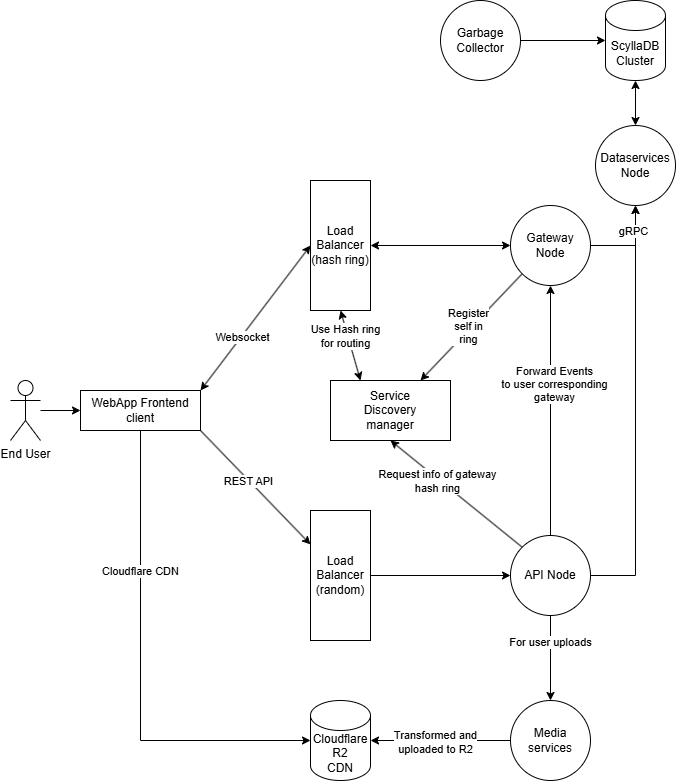
Before: z_docs/architecture2.drawio.png, a diagram exported from draw.io (aaix/fyp). Source tidied: cells renumbered, new cells last; positions are measured from the earlier drawing's top-left corner, leaving out a move shared by most shapes. The source it was exported from:
```xml
<mxGraphModel>
  <root>
    <mxCell id="0" />
    <mxCell id="1" parent="0" />
    <mxCell id="2" style="edgeStyle=orthogonalEdgeStyle;rounded=0;jettySize=auto;html=1;" parent="1" edge="1" source="3" target="6">
      <mxGeometry relative="1" as="geometry" />
    </mxCell>
    <mxCell id="3" value="End User" style="shape=umlActor;verticalLabelPosition=bottom;verticalAlign=top;html=1;outlineConnect=0;" parent="1" vertex="1">
      <mxGeometry y="380" width="30" height="60" as="geometry" />
    </mxCell>
    <mxCell id="4" style="rounded=0;jettySize=auto;html=1;exitX=1;exitY=1;exitDx=0;exitDy=0;" parent="1" edge="1" source="6" target="25">
      <mxGeometry relative="1" as="geometry" />
    </mxCell>
    <mxCell id="5" value="REST API" style="edgeLabel;html=1;align=center;verticalAlign=middle;" parent="4" vertex="1">
      <mxGeometry x="-0.13" y="-1" relative="1" as="geometry" />
    </mxCell>
    <mxCell id="6" value="&lt;div&gt;&lt;span style=&quot;background-color: transparent; color: light-dark(rgb(0, 0, 0), rgb(255, 255, 255));&quot;&gt;WebApp Frontend&lt;/span&gt;&lt;/div&gt;&lt;div&gt;client&lt;/div&gt;" style="whiteSpace=wrap;html=1;verticalAlign=middle;" parent="1" vertex="1">
      <mxGeometry x="70" y="390" width="120" height="40" as="geometry" />
    </mxCell>
    <mxCell id="7" style="edgeStyle=orthogonalEdgeStyle;rounded=0;jettySize=auto;html=1;exitX=1;exitY=0.5;exitDx=0;exitDy=0;entryX=0.5;entryY=1;entryDx=0;entryDy=0;" parent="1" edge="1" source="14" target="28">
      <mxGeometry relative="1" as="geometry" />
    </mxCell>
    <mxCell id="8" style="rounded=0;jettySize=auto;html=1;exitX=0;exitY=0;exitDx=0;exitDy=0;entryX=0.5;entryY=1;entryDx=0;entryDy=0;" parent="1" edge="1" source="14" target="31">
      <mxGeometry relative="1" as="geometry" />
    </mxCell>
    <mxCell id="9" value="Request info of gateway&lt;br&gt;hash ring" style="edgeLabel;html=1;align=center;verticalAlign=middle;" parent="8" vertex="1">
      <mxGeometry x="0.27" y="2" relative="1" as="geometry" />
    </mxCell>
    <mxCell id="10" style="edgeStyle=orthogonalEdgeStyle;rounded=0;jettySize=auto;html=1;exitX=0.5;exitY=0;exitDx=0;exitDy=0;" parent="1" edge="1" source="14" target="19">
      <mxGeometry relative="1" as="geometry" />
    </mxCell>
    <mxCell id="11" value="Forward Events&lt;br&gt;to user corresponding&lt;br&gt;gateway" style="edgeLabel;html=1;align=center;verticalAlign=middle;" parent="10" vertex="1">
      <mxGeometry x="0.22" y="-3" relative="1" as="geometry" />
    </mxCell>
    <mxCell id="12" style="edgeStyle=orthogonalEdgeStyle;rounded=0;jettySize=auto;html=1;" parent="1" edge="1" source="14" target="32">
      <mxGeometry relative="1" as="geometry" />
    </mxCell>
    <mxCell id="13" value="For user uploads" style="edgeLabel;html=1;align=center;verticalAlign=middle;" parent="12" vertex="1">
      <mxGeometry x="-0.38" y="-1" relative="1" as="geometry" />
    </mxCell>
    <mxCell id="14" value="&lt;div&gt;&lt;span style=&quot;background-color: transparent; color: light-dark(rgb(0, 0, 0), rgb(255, 255, 255));&quot;&gt;API Node&lt;/span&gt;&lt;/div&gt;" style="ellipse;whiteSpace=wrap;html=1;verticalAlign=middle;align=center;" parent="1" vertex="1">
      <mxGeometry x="500" y="535" width="80" height="80" as="geometry" />
    </mxCell>
    <mxCell id="15" style="edgeStyle=orthogonalEdgeStyle;rounded=0;jettySize=auto;html=1;exitX=1;exitY=0.5;exitDx=0;exitDy=0;entryX=0.5;entryY=1;entryDx=0;entryDy=0;" parent="1" edge="1" source="19" target="28">
      <mxGeometry relative="1" as="geometry" />
    </mxCell>
    <mxCell id="16" value="gRPC" style="edgeLabel;html=1;align=center;verticalAlign=middle;" parent="15" vertex="1">
      <mxGeometry x="0.42" y="3" relative="1" as="geometry" />
    </mxCell>
    <mxCell id="17" style="rounded=0;jettySize=auto;html=1;exitX=0;exitY=1;exitDx=0;exitDy=0;entryX=0.75;entryY=0;entryDx=0;entryDy=0;" parent="1" edge="1" source="19" target="31">
      <mxGeometry relative="1" as="geometry" />
    </mxCell>
    <mxCell id="18" value="Register&lt;br&gt;self in&lt;br&gt;ring" style="edgeLabel;html=1;align=center;verticalAlign=middle;" parent="17" vertex="1">
      <mxGeometry x="0.02" y="-3" relative="1" as="geometry" />
    </mxCell>
    <mxCell id="19" value="&lt;div&gt;&lt;span style=&quot;background-color: transparent; color: light-dark(rgb(0, 0, 0), rgb(255, 255, 255));&quot;&gt;Gateway&lt;/span&gt;&lt;/div&gt;&lt;div&gt;Node&lt;/div&gt;" style="ellipse;whiteSpace=wrap;html=1;verticalAlign=middle;align=center;" parent="1" vertex="1">
      <mxGeometry x="500" y="205" width="80" height="80" as="geometry" />
    </mxCell>
    <mxCell id="20" style="rounded=0;jettySize=auto;html=1;exitX=1;exitY=0;exitDx=0;exitDy=0;entryX=0;entryY=0.5;entryDx=0;entryDy=0;startArrow=classic;startFill=1;" parent="1" edge="1" source="6" target="27">
      <mxGeometry relative="1" as="geometry" />
    </mxCell>
    <mxCell id="21" value="Websocket" style="edgeLabel;html=1;align=center;verticalAlign=middle;" parent="20" vertex="1">
      <mxGeometry x="-0.26" y="-1" relative="1" as="geometry" />
    </mxCell>
    <mxCell id="22" value="ScyllaDB&lt;br&gt;Cluster" style="shape=cylinder3;whiteSpace=wrap;html=1;boundedLbl=1;backgroundOutline=1;size=15;" parent="1" vertex="1">
      <mxGeometry x="595" width="60" height="80" as="geometry" />
    </mxCell>
    <mxCell id="23" style="edgeStyle=orthogonalEdgeStyle;rounded=0;jettySize=auto;html=1;exitX=0.5;exitY=0;exitDx=0;exitDy=0;entryX=0.5;entryY=1;entryDx=0;entryDy=0;entryPerimeter=0;startArrow=classic;startFill=1;" parent="1" edge="1" source="28" target="22">
      <mxGeometry relative="1" as="geometry" />
    </mxCell>
    <mxCell id="24" style="edgeStyle=orthogonalEdgeStyle;rounded=0;jettySize=auto;html=1;exitX=1;exitY=0.5;exitDx=0;exitDy=0;entryX=0;entryY=0.5;entryDx=0;entryDy=0;" parent="1" edge="1" source="25" target="14">
      <mxGeometry relative="1" as="geometry" />
    </mxCell>
    <mxCell id="25" value="Load&lt;br&gt;Balancer&lt;br&gt;(random)" style="rounded=0;whiteSpace=wrap;html=1;" parent="1" vertex="1">
      <mxGeometry x="300" y="510" width="60" height="130" as="geometry" />
    </mxCell>
    <mxCell id="26" style="edgeStyle=orthogonalEdgeStyle;rounded=0;jettySize=auto;html=1;exitX=1;exitY=0.5;exitDx=0;exitDy=0;entryX=0;entryY=0.5;entryDx=0;entryDy=0;startArrow=classic;startFill=1;" parent="1" edge="1" source="27" target="19">
      <mxGeometry relative="1" as="geometry" />
    </mxCell>
    <mxCell id="27" value="Load&lt;br&gt;Balancer&lt;br&gt;(hash ring)" style="rounded=0;whiteSpace=wrap;html=1;" parent="1" vertex="1">
      <mxGeometry x="300" y="180" width="60" height="130" as="geometry" />
    </mxCell>
    <mxCell id="28" value="&lt;span style=&quot;color: rgb(0, 0, 0); font-family: Helvetica; font-size: 12px; font-style: normal; font-variant-ligatures: normal; font-variant-caps: normal; font-weight: 400; letter-spacing: normal; orphans: 2; text-align: center; text-indent: 0px; text-transform: none; widows: 2; word-spacing: 0px; -webkit-text-stroke-width: 0px; white-space: normal; text-decoration-thickness: initial; text-decoration-style: initial; text-decoration-color: initial; float: none; display: inline !important;&quot;&gt;Dataservices Node&lt;/span&gt;" style="ellipse;whiteSpace=wrap;html=1;" parent="1" vertex="1">
      <mxGeometry x="585" y="125" width="80" height="80" as="geometry" />
    </mxCell>
    <mxCell id="29" style="rounded=0;jettySize=auto;html=1;exitX=0.25;exitY=0;exitDx=0;exitDy=0;entryX=0.5;entryY=1;entryDx=0;entryDy=0;startArrow=classic;startFill=1;" parent="1" edge="1" source="31" target="27">
      <mxGeometry relative="1" as="geometry" />
    </mxCell>
    <mxCell id="30" value="Use Hash ring&lt;br&gt;for routing" style="edgeLabel;html=1;align=center;verticalAlign=middle;" parent="29" vertex="1">
      <mxGeometry x="0.29" y="3" relative="1" as="geometry" />
    </mxCell>
    <mxCell id="31" value="Service&lt;br&gt;Discovery&lt;br&gt;manager" style="rounded=0;whiteSpace=wrap;html=1;" parent="1" vertex="1">
      <mxGeometry x="320" y="380" width="120" height="60" as="geometry" />
    </mxCell>
    <mxCell id="32" value="Media&lt;br&gt;services" style="ellipse;whiteSpace=wrap;html=1;" parent="1" vertex="1">
      <mxGeometry x="500" y="700" width="80" height="80" as="geometry" />
    </mxCell>
    <mxCell id="33" value="Cloudflare&lt;br&gt;R2&lt;br&gt;CDN" style="shape=cylinder3;whiteSpace=wrap;html=1;boundedLbl=1;backgroundOutline=1;size=15;" parent="1" vertex="1">
      <mxGeometry x="300" y="700" width="60" height="80" as="geometry" />
    </mxCell>
    <mxCell id="34" style="edgeStyle=orthogonalEdgeStyle;rounded=0;jettySize=auto;html=1;exitX=0;exitY=0.5;exitDx=0;exitDy=0;entryX=1;entryY=0.5;entryDx=0;entryDy=0;entryPerimeter=0;" parent="1" edge="1" source="32" target="33">
      <mxGeometry relative="1" as="geometry" />
    </mxCell>
    <mxCell id="35" value="Transformed and&lt;br&gt;uploaded to R2" style="edgeLabel;html=1;align=center;verticalAlign=middle;" parent="34" vertex="1">
      <mxGeometry x="0.09" y="1" relative="1" as="geometry" />
    </mxCell>
    <mxCell id="36" style="edgeStyle=orthogonalEdgeStyle;rounded=0;jettySize=auto;html=1;entryX=0;entryY=0.5;entryDx=0;entryDy=0;entryPerimeter=0;" parent="1" edge="1" source="6" target="33">
      <mxGeometry relative="1" as="geometry">
        <Array as="points">
          <mxPoint x="130" y="740" />
        </Array>
      </mxGeometry>
    </mxCell>
    <mxCell id="37" value="Cloudflare CDN" style="edgeLabel;html=1;align=center;verticalAlign=middle;" parent="36" vertex="1">
      <mxGeometry x="-0.42" y="-1" relative="1" as="geometry" />
    </mxCell>
    <mxCell id="38" value="&lt;span style=&quot;color: rgb(0, 0, 0); font-family: Helvetica; font-size: 12px; font-style: normal; font-variant-ligatures: normal; font-variant-caps: normal; font-weight: 400; letter-spacing: normal; orphans: 2; text-align: center; text-indent: 0px; text-transform: none; widows: 2; word-spacing: 0px; -webkit-text-stroke-width: 0px; white-space: normal; text-decoration-thickness: initial; text-decoration-style: initial; text-decoration-color: initial; float: none; display: inline !important;&quot;&gt;Garbage Collector&lt;/span&gt;" style="ellipse;whiteSpace=wrap;html=1;" parent="1" vertex="1">
      <mxGeometry x="430" width="80" height="80" as="geometry" />
    </mxCell>
    <mxCell id="39" style="edgeStyle=orthogonalEdgeStyle;rounded=0;jettySize=auto;html=1;exitX=1;exitY=0.5;exitDx=0;exitDy=0;entryX=0;entryY=0.5;entryDx=0;entryDy=0;entryPerimeter=0;" parent="1" edge="1" source="38" target="22">
      <mxGeometry relative="1" as="geometry" />
    </mxCell>
  </root>
</mxGraphModel>
```
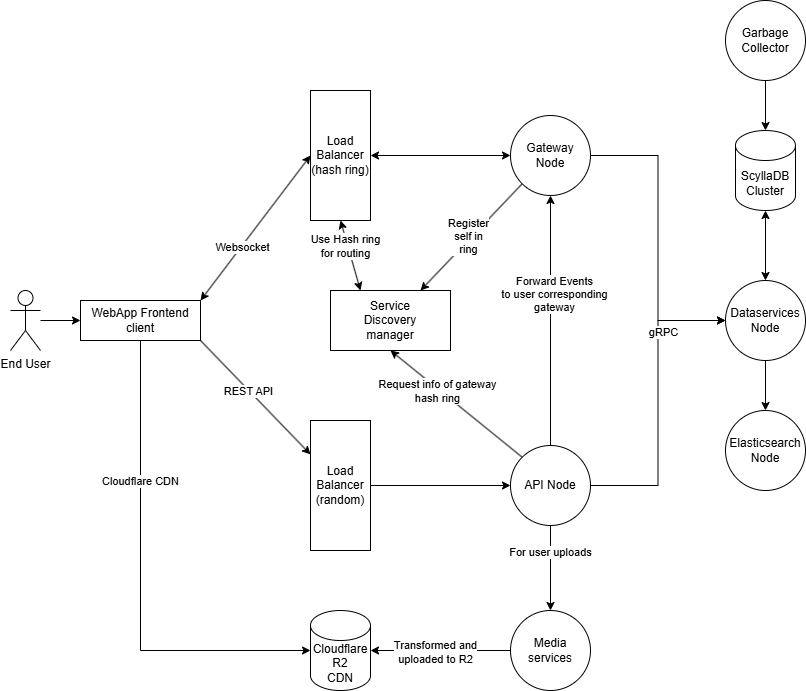
The same file after the commit.

Commit message:
added elasticsearch node

Change to the diagram source:
```diff
@@ -17,7 +17,7 @@
     <mxCell id="6" value="&lt;div&gt;&lt;span style=&quot;background-color: transparent; color: light-dark(rgb(0, 0, 0), rgb(255, 255, 255));&quot;&gt;WebApp Frontend&lt;/span&gt;&lt;/div&gt;&lt;div&gt;client&lt;/div&gt;" style="whiteSpace=wrap;html=1;verticalAlign=middle;" parent="1" vertex="1">
       <mxGeometry x="70" y="390" width="120" height="40" as="geometry" />
     </mxCell>
-    <mxCell id="7" style="edgeStyle=orthogonalEdgeStyle;rounded=0;jettySize=auto;html=1;exitX=1;exitY=0.5;exitDx=0;exitDy=0;entryX=0.5;entryY=1;entryDx=0;entryDy=0;" parent="1" edge="1" source="14" target="28">
+    <mxCell id="7" style="edgeStyle=orthogonalEdgeStyle;rounded=0;jettySize=auto;html=1;exitX=1;exitY=0.5;exitDx=0;exitDy=0;entryX=0;entryY=0.5;entryDx=0;entryDy=0;" parent="1" edge="1" source="14" target="28">
       <mxGeometry relative="1" as="geometry" />
     </mxCell>
     <mxCell id="8" style="rounded=0;jettySize=auto;html=1;exitX=0;exitY=0;exitDx=0;exitDy=0;entryX=0.5;entryY=1;entryDx=0;entryDy=0;" parent="1" edge="1" source="14" target="31">
@@ -41,11 +41,13 @@
     <mxCell id="14" value="&lt;div&gt;&lt;span style=&quot;background-color: transparent; color: light-dark(rgb(0, 0, 0), rgb(255, 255, 255));&quot;&gt;API Node&lt;/span&gt;&lt;/div&gt;" style="ellipse;whiteSpace=wrap;html=1;verticalAlign=middle;align=center;" parent="1" vertex="1">
       <mxGeometry x="500" y="535" width="80" height="80" as="geometry" />
     </mxCell>
-    <mxCell id="15" style="edgeStyle=orthogonalEdgeStyle;rounded=0;jettySize=auto;html=1;exitX=1;exitY=0.5;exitDx=0;exitDy=0;entryX=0.5;entryY=1;entryDx=0;entryDy=0;" parent="1" edge="1" source="19" target="28">
+    <mxCell id="15" style="edgeStyle=orthogonalEdgeStyle;rounded=0;jettySize=auto;html=1;exitX=1;exitY=0.5;exitDx=0;exitDy=0;entryX=0;entryY=0.5;entryDx=0;entryDy=0;" parent="1" edge="1" source="19" target="28">
       <mxGeometry relative="1" as="geometry" />
     </mxCell>
     <mxCell id="16" value="gRPC" style="edgeLabel;html=1;align=center;verticalAlign=middle;" parent="15" vertex="1">
-      <mxGeometry x="0.42" y="3" relative="1" as="geometry" />
+      <mxGeometry x="0.42" y="3" relative="1" as="geometry">
+        <mxPoint x="2" y="31" as="offset" />
+      </mxGeometry>
     </mxCell>
     <mxCell id="17" style="rounded=0;jettySize=auto;html=1;exitX=0;exitY=1;exitDx=0;exitDy=0;entryX=0.75;entryY=0;entryDx=0;entryDy=0;" parent="1" edge="1" source="19" target="31">
       <mxGeometry relative="1" as="geometry" />
@@ -63,7 +65,7 @@
       <mxGeometry x="-0.26" y="-1" relative="1" as="geometry" />
     </mxCell>
     <mxCell id="22" value="ScyllaDB&lt;br&gt;Cluster" style="shape=cylinder3;whiteSpace=wrap;html=1;boundedLbl=1;backgroundOutline=1;size=15;" parent="1" vertex="1">
-      <mxGeometry x="595" width="60" height="80" as="geometry" />
+      <mxGeometry x="725" y="220" width="60" height="80" as="geometry" />
     </mxCell>
     <mxCell id="23" style="edgeStyle=orthogonalEdgeStyle;rounded=0;jettySize=auto;html=1;exitX=0.5;exitY=0;exitDx=0;exitDy=0;entryX=0.5;entryY=1;entryDx=0;entryDy=0;entryPerimeter=0;startArrow=classic;startFill=1;" parent="1" edge="1" source="28" target="22">
       <mxGeometry relative="1" as="geometry" />
@@ -80,8 +82,11 @@
     <mxCell id="27" value="Load&lt;br&gt;Balancer&lt;br&gt;(hash ring)" style="rounded=0;whiteSpace=wrap;html=1;" parent="1" vertex="1">
       <mxGeometry x="300" y="180" width="60" height="130" as="geometry" />
     </mxCell>
+    <mxCell id="40" style="rounded=0;jettySize=auto;html=1;entryX=0.5;entryY=0;entryDx=0;entryDy=0;" parent="1" edge="1" source="28" target="41">
+      <mxGeometry relative="1" as="geometry" />
+    </mxCell>
     <mxCell id="28" value="&lt;span style=&quot;color: rgb(0, 0, 0); font-family: Helvetica; font-size: 12px; font-style: normal; font-variant-ligatures: normal; font-variant-caps: normal; font-weight: 400; letter-spacing: normal; orphans: 2; text-align: center; text-indent: 0px; text-transform: none; widows: 2; word-spacing: 0px; -webkit-text-stroke-width: 0px; white-space: normal; text-decoration-thickness: initial; text-decoration-style: initial; text-decoration-color: initial; float: none; display: inline !important;&quot;&gt;Dataservices Node&lt;/span&gt;" style="ellipse;whiteSpace=wrap;html=1;" parent="1" vertex="1">
-      <mxGeometry x="585" y="125" width="80" height="80" as="geometry" />
+      <mxGeometry x="715" y="370" width="80" height="80" as="geometry" />
     </mxCell>
     <mxCell id="29" style="rounded=0;jettySize=auto;html=1;exitX=0.25;exitY=0;exitDx=0;exitDy=0;entryX=0.5;entryY=1;entryDx=0;entryDy=0;startArrow=classic;startFill=1;" parent="1" edge="1" source="31" target="27">
       <mxGeometry relative="1" as="geometry" />
@@ -115,10 +120,13 @@
       <mxGeometry x="-0.42" y="-1" relative="1" as="geometry" />
     </mxCell>
     <mxCell id="38" value="&lt;span style=&quot;color: rgb(0, 0, 0); font-family: Helvetica; font-size: 12px; font-style: normal; font-variant-ligatures: normal; font-variant-caps: normal; font-weight: 400; letter-spacing: normal; orphans: 2; text-align: center; text-indent: 0px; text-transform: none; widows: 2; word-spacing: 0px; -webkit-text-stroke-width: 0px; white-space: normal; text-decoration-thickness: initial; text-decoration-style: initial; text-decoration-color: initial; float: none; display: inline !important;&quot;&gt;Garbage Collector&lt;/span&gt;" style="ellipse;whiteSpace=wrap;html=1;" parent="1" vertex="1">
-      <mxGeometry x="430" width="80" height="80" as="geometry" />
+      <mxGeometry x="715" y="90" width="80" height="80" as="geometry" />
     </mxCell>
-    <mxCell id="39" style="edgeStyle=orthogonalEdgeStyle;rounded=0;jettySize=auto;html=1;exitX=1;exitY=0.5;exitDx=0;exitDy=0;entryX=0;entryY=0.5;entryDx=0;entryDy=0;entryPerimeter=0;" parent="1" edge="1" source="38" target="22">
+    <mxCell id="39" style="edgeStyle=orthogonalEdgeStyle;rounded=0;jettySize=auto;html=1;exitX=0.5;exitY=1;exitDx=0;exitDy=0;entryX=0.5;entryY=0;entryDx=0;entryDy=0;entryPerimeter=0;" parent="1" edge="1" source="38" target="22">
       <mxGeometry relative="1" as="geometry" />
     </mxCell>
+    <mxCell id="41" value="Elasticsearch&lt;br&gt;Node" style="ellipse;whiteSpace=wrap;html=1;" parent="1" vertex="1">
+      <mxGeometry x="715" y="500" width="80" height="80" as="geometry" />
+    </mxCell>
   </root>
 </mxGraphModel>
```
